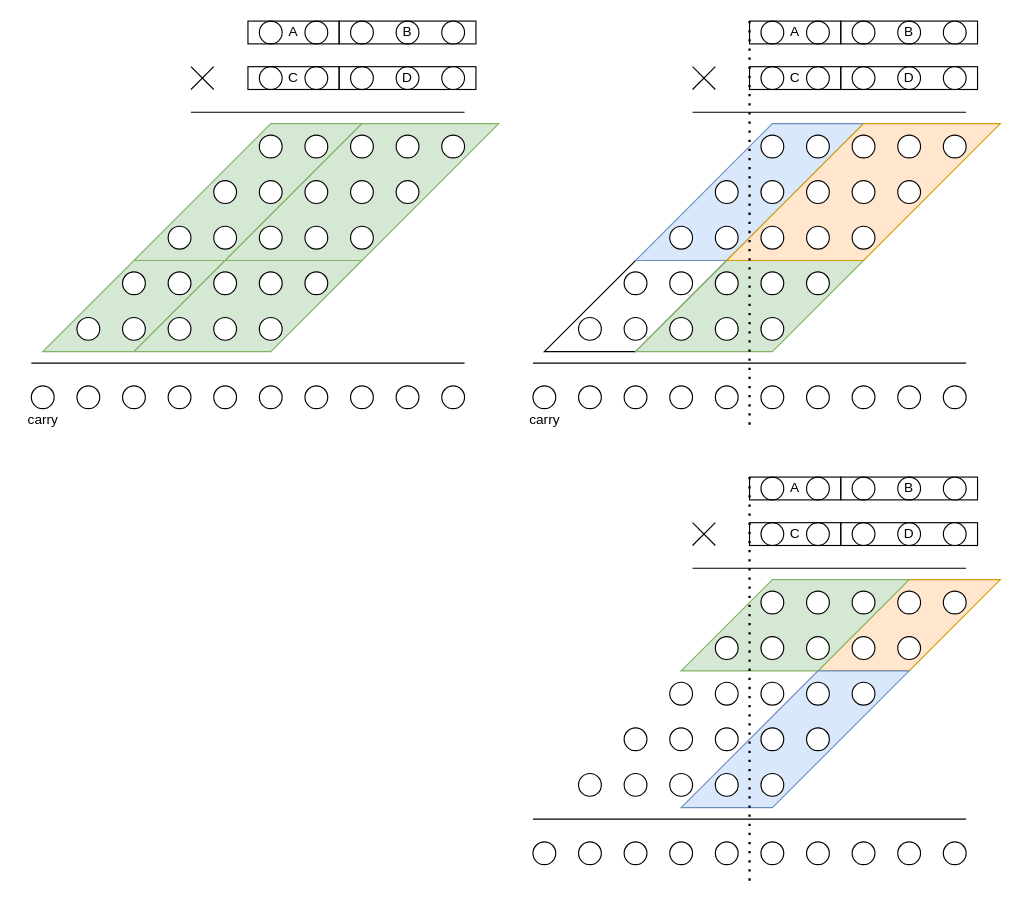
This is page "split for low" (2 of 8) of src/main/resources/Karatsuba.drawio from RicardoNid/Chainsaw2, a draw.io file, before an edit. Source tidied: cells renumbered, new cells numbered last; positions are measured from the earlier drawing's top-left corner, leaving out a move shared by most shapes. Both pictures are drawn from the tidied source at 114%, with x=0, y=0 at pixel (19, 21).
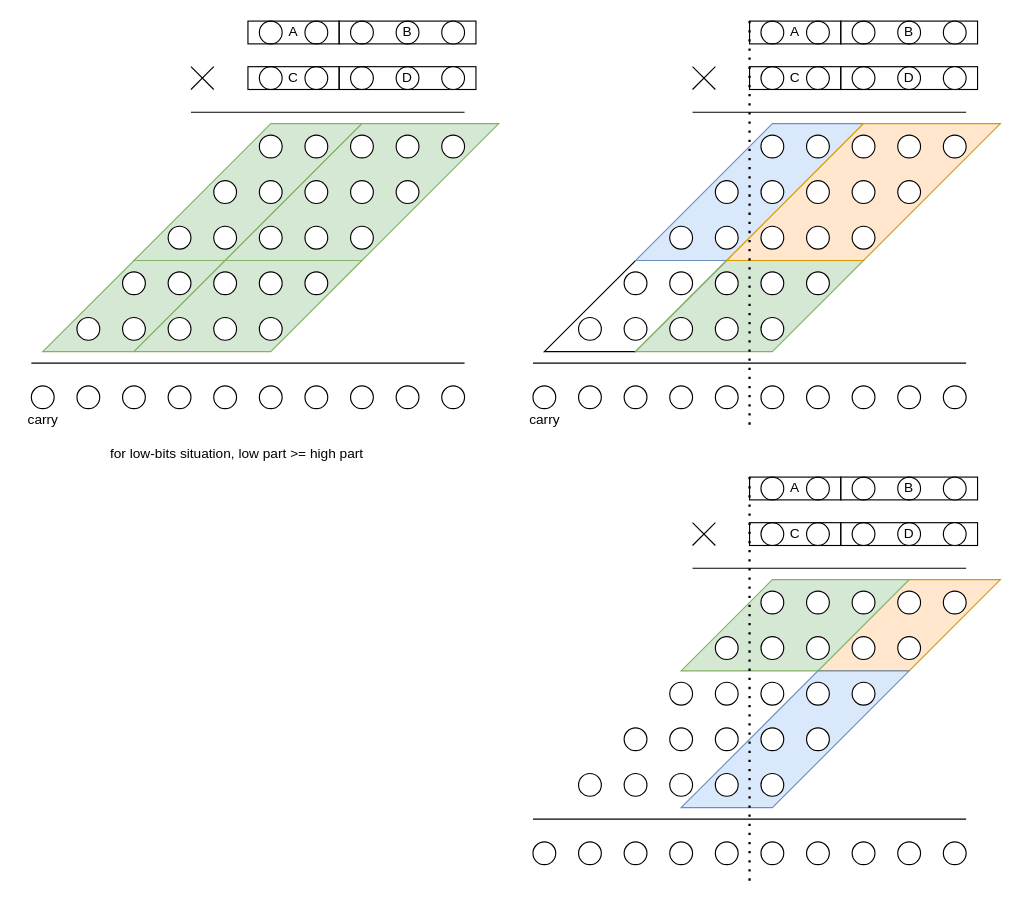
After the change.

Diff of the diagram source:
```diff
@@
+    <mxCell id="176" value="for low-bits situation, low part &amp;gt;= high part" style="text;html=1;align=center;verticalAlign=middle;strokeColor=none;fillColor=none;" parent="1" vertex="1">
+      <mxGeometry x="70" y="370" width="240" height="20" as="geometry" />
+    </mxCell>
```
